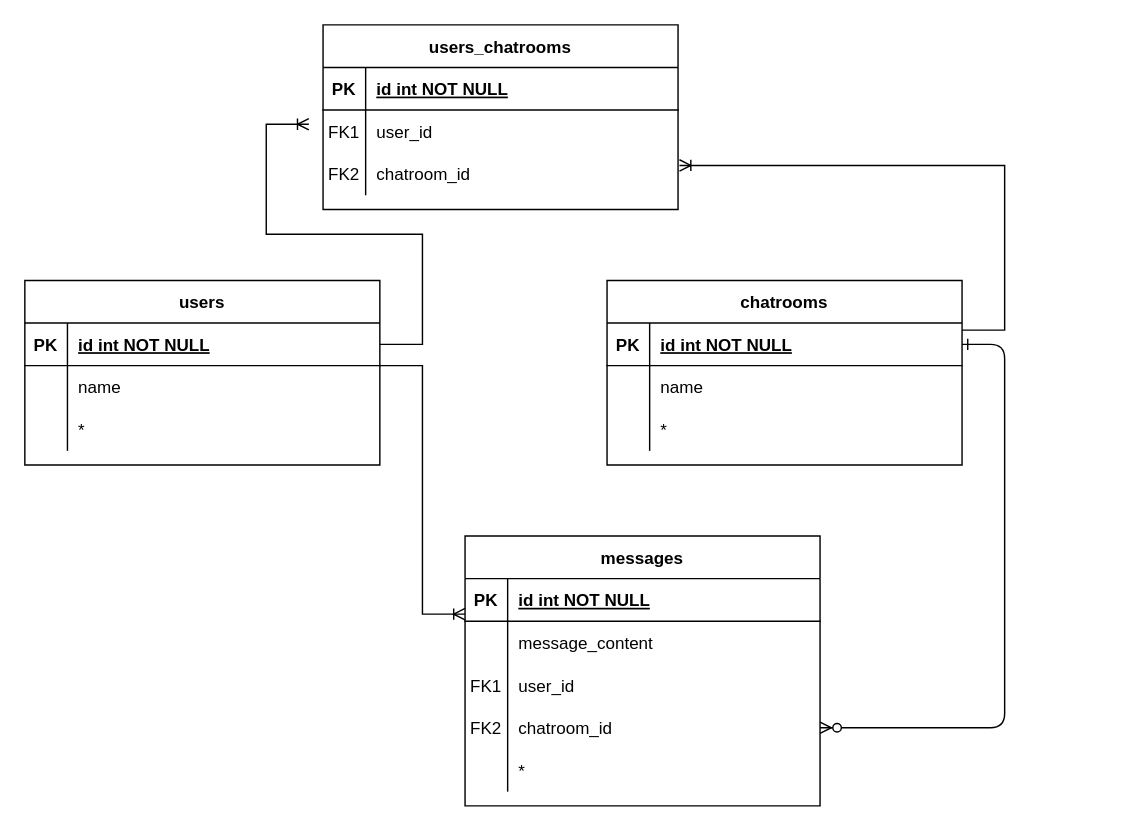
Above: ProjectERD.drawio in anniewils97/TheBrightNetwork (draw.io), before the change. Source tidied: cells renumbered, new cells numbered last; positions are measured from the earlier drawing's top-left corner, leaving out a move shared by most shapes. Both pictures are drawn from the tidied source at 142%, with x=0, y=0 at pixel (24, 24).
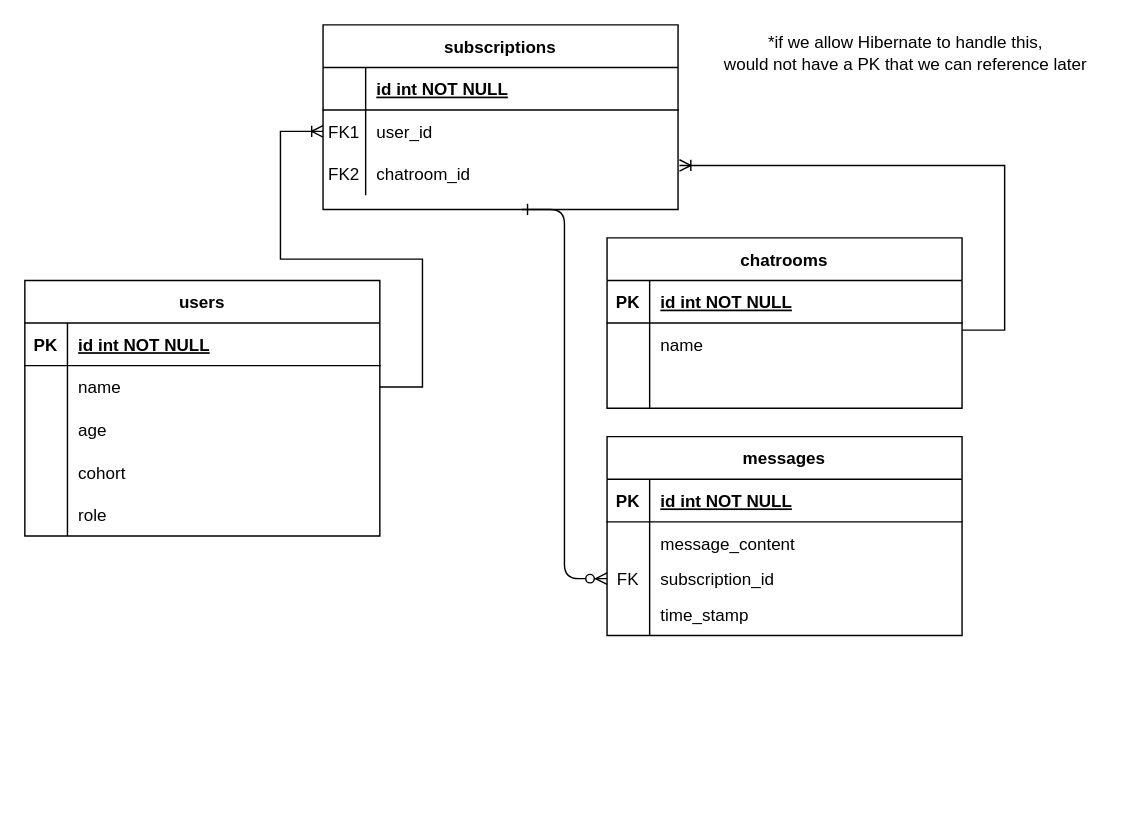
The same page after the edit.

Unchanged cells that the change refers to:
```xml
<mxCell id="4" style="shape=partialRectangle;fillColor=none;points=[[0,0.5],[1,0.5]];portConstraint=eastwest;top=0;left=0;right=0;bottom=1;" parent="3" vertex="1">
  <mxGeometry y="30" width="250" height="30" as="geometry" />
</mxCell>
<mxCell id="10" style="shape=partialRectangle;fillColor=none;top=0;left=0;right=0;bottom=0;" parent="3" vertex="1">
  <mxGeometry y="90" width="250" height="30" as="geometry" />
</mxCell>
<mxCell id="30" style="shape=partialRectangle;fillColor=none;points=[[0,0.5],[1,0.5]];portConstraint=eastwest;top=0;left=0;right=0;bottom=1;" parent="29" vertex="1">
  <mxGeometry y="30" width="250" height="30" as="geometry" />
</mxCell>
<mxCell id="33" style="shape=partialRectangle;fillColor=none;points=[[0,0.5],[1,0.5]];portConstraint=eastwest;top=0;left=0;right=0;bottom=0;" parent="29" vertex="1">
  <mxGeometry y="60" width="250" height="30" as="geometry" />
</mxCell>
<mxCell id="36" style="shape=partialRectangle;fillColor=none;top=0;left=0;right=0;bottom=0;" parent="29" vertex="1">
  <mxGeometry y="90" width="250" height="30" as="geometry" />
</mxCell>
<mxCell id="40" style="shape=partialRectangle;fillColor=none;top=0;left=0;right=0;bottom=1;" parent="39" vertex="1">
  <mxGeometry y="30" width="250" height="30" as="geometry" />
</mxCell>
```

Change to the diagram source:
```diff
@@
-    <mxCell id="2" style="edgeStyle=entityRelationEdgeStyle;endArrow=ERzeroToMany;startArrow=ERone;endFill=1;startFill=0;" parent="1" edge="1" source="4" target="23">
-      <mxGeometry relative="1" as="geometry" />
+    <mxCell id="2" style="edgeStyle=entityRelationEdgeStyle;endArrow=ERzeroToMany;startArrow=ERone;endFill=1;startFill=0;entryX=0;entryY=0.5;entryDx=0;entryDy=0;" parent="1" edge="1" target="20">
+      <mxGeometry relative="1" as="geometry">
+        <mxPoint x="350" y="130" as="sourcePoint" />
+        <Array as="points">
+          <mxPoint x="370" y="90" />
+          <mxPoint x="380" y="210" />
+          <mxPoint x="360" y="160" />
+          <mxPoint x="340" y="160" />
+          <mxPoint x="360" y="390" />
+          <mxPoint x="320" y="280" />
+          <mxPoint x="320" y="280" />
+        </Array>
+      </mxGeometry>
     </mxCell>
     <mxCell id="3" value="chatrooms" style="shape=table;startSize=30;childLayout=tableLayout;rowLines=0;fontStyle=1;align=center;" parent="1" vertex="1">
-      <mxGeometry x="410" y="180" width="250" height="130" as="geometry" />
+      <mxGeometry x="410" y="150" width="250" height="120" as="geometry" />
     </mxCell>
@@
-    <mxCell id="12" value="*" style="shape=partialRectangle;overflow=hidden;fillColor=none;top=0;left=0;bottom=0;right=0;align=left;spacingLeft=6;" parent="10" vertex="1">
+    <mxCell id="12" style="shape=partialRectangle;overflow=hidden;fillColor=none;top=0;left=0;bottom=0;right=0;align=left;spacingLeft=6;" parent="10" vertex="1">
       <mxGeometry x="30" width="220" height="30" as="geometry" />
     </mxCell>
     <mxCell id="13" value="messages" style="shape=table;startSize=30;childLayout=tableLayout;rowLines=0;fontStyle=1;align=center;" parent="1" vertex="1">
-      <mxGeometry x="310" y="360" width="250" height="190" as="geometry" />
+      <mxGeometry x="410" y="290" width="250" height="140" as="geometry" />
     </mxCell>
@@
     <mxCell id="20" style="shape=partialRectangle;fillColor=none;points=[[0,0.5],[1,0.5]];portConstraint=eastwest;top=0;left=0;right=0;bottom=0;" parent="13" vertex="1">
-      <mxGeometry y="90" width="250" height="30" as="geometry" />
+      <mxGeometry y="90" width="250" height="20" as="geometry" />
     </mxCell>
-    <mxCell id="21" value="FK1" style="shape=partialRectangle;overflow=hidden;fillColor=none;top=0;left=0;bottom=0;right=0;" parent="20" vertex="1">
-      <mxGeometry width="30" height="30" as="geometry" />
+    <mxCell id="21" value="FK" style="shape=partialRectangle;overflow=hidden;fillColor=none;top=0;left=0;bottom=0;right=0;" parent="20" vertex="1">
+      <mxGeometry width="30" height="20" as="geometry" />
     </mxCell>
-    <mxCell id="22" value="user_id" style="shape=partialRectangle;overflow=hidden;fillColor=none;top=0;left=0;bottom=0;right=0;align=left;spacingLeft=6;" parent="20" vertex="1">
-      <mxGeometry x="30" width="220" height="30" as="geometry" />
+    <mxCell id="22" value="subscription_id" style="shape=partialRectangle;overflow=hidden;fillColor=none;top=0;left=0;bottom=0;right=0;align=left;spacingLeft=6;" parent="20" vertex="1">
+      <mxGeometry x="30" width="220" height="20" as="geometry" />
     </mxCell>
     <mxCell id="23" style="shape=partialRectangle;fillColor=none;points=[[0,0.5],[1,0.5]];portConstraint=eastwest;top=0;left=0;right=0;bottom=0;" parent="13" vertex="1">
-      <mxGeometry y="120" width="250" height="30" as="geometry" />
+      <mxGeometry y="110" width="250" height="30" as="geometry" />
     </mxCell>
-    <mxCell id="24" value="FK2" style="shape=partialRectangle;overflow=hidden;fillColor=none;top=0;left=0;bottom=0;right=0;" parent="23" vertex="1">
+    <mxCell id="24" style="shape=partialRectangle;overflow=hidden;fillColor=none;top=0;left=0;bottom=0;right=0;" parent="23" vertex="1">
       <mxGeometry width="30" height="30" as="geometry" />
     </mxCell>
-    <mxCell id="25" value="chatroom_id" style="shape=partialRectangle;overflow=hidden;fillColor=none;top=0;left=0;bottom=0;right=0;align=left;spacingLeft=6;" parent="23" vertex="1">
+    <mxCell id="25" value="time_stamp" style="shape=partialRectangle;overflow=hidden;fillColor=none;top=0;left=0;bottom=0;right=0;align=left;spacingLeft=6;" parent="23" vertex="1">
       <mxGeometry x="30" width="220" height="30" as="geometry" />
     </mxCell>
-    <mxCell id="26" style="shape=partialRectangle;fillColor=none;top=0;left=0;right=0;bottom=0;" parent="13" vertex="1">
-      <mxGeometry y="150" width="250" height="30" as="geometry" />
-    </mxCell>
-    <mxCell id="27" style="shape=partialRectangle;overflow=hidden;fillColor=none;top=0;left=0;bottom=0;right=0;" parent="26" vertex="1">
-      <mxGeometry width="30" height="30" as="geometry" />
-    </mxCell>
-    <mxCell id="28" value="*" style="shape=partialRectangle;overflow=hidden;fillColor=none;top=0;left=0;bottom=0;right=0;align=left;spacingLeft=6;" parent="26" vertex="1">
-      <mxGeometry x="30" width="220" height="30" as="geometry" />
-    </mxCell>
     <mxCell id="29" value="users" style="shape=table;startSize=30;childLayout=tableLayout;rowLines=0;fontStyle=1;align=center;" parent="1" vertex="1">
-      <mxGeometry y="180" width="250" height="130" as="geometry" />
+      <mxGeometry y="180" width="250" height="180" as="geometry" />
     </mxCell>
@@
-    <mxCell id="38" value="*" style="shape=partialRectangle;overflow=hidden;fillColor=none;top=0;left=0;bottom=0;right=0;align=left;spacingLeft=6;" parent="36" vertex="1">
+    <mxCell id="38" value="age" style="shape=partialRectangle;overflow=hidden;fillColor=none;top=0;left=0;bottom=0;right=0;align=left;spacingLeft=6;" parent="36" vertex="1">
       <mxGeometry x="30" width="220" height="30" as="geometry" />
     </mxCell>
+    <mxCell id="52" style="shape=partialRectangle;fillColor=none;top=0;left=0;right=0;bottom=0;" parent="29" vertex="1">
+      <mxGeometry y="120" width="250" height="30" as="geometry" />
+    </mxCell>
+    <mxCell id="53" style="shape=partialRectangle;overflow=hidden;fillColor=none;top=0;left=0;bottom=0;right=0;" parent="52" vertex="1">
+      <mxGeometry width="30" height="30" as="geometry" />
+    </mxCell>
+    <mxCell id="54" value="cohort" style="shape=partialRectangle;overflow=hidden;fillColor=none;top=0;left=0;bottom=0;right=0;align=left;spacingLeft=6;" parent="52" vertex="1">
+      <mxGeometry x="30" width="220" height="30" as="geometry" />
+    </mxCell>
+    <mxCell id="26" style="shape=partialRectangle;fillColor=none;top=0;left=0;right=0;bottom=0;" parent="29" vertex="1">
+      <mxGeometry y="150" width="250" height="30" as="geometry" />
+    </mxCell>
+    <mxCell id="55" style="shape=partialRectangle;overflow=hidden;fillColor=none;top=0;left=0;bottom=0;right=0;" parent="26" vertex="1">
+      <mxGeometry width="30" height="30" as="geometry" />
+    </mxCell>
+    <mxCell id="56" value="role" style="shape=partialRectangle;overflow=hidden;fillColor=none;top=0;left=0;bottom=0;right=0;align=left;spacingLeft=6;" parent="26" vertex="1">
+      <mxGeometry x="30" width="220" height="30" as="geometry" />
+    </mxCell>
-    <mxCell id="39" value="users_chatrooms" style="shape=table;startSize=30;childLayout=tableLayout;rowLines=0;fontStyle=1;align=center;" parent="1" vertex="1">
+    <mxCell id="39" value="subscriptions" style="shape=table;startSize=30;childLayout=tableLayout;rowLines=0;fontStyle=1;align=center;" parent="1" vertex="1">
       <mxGeometry x="210" width="250" height="130" as="geometry" />
     </mxCell>
@@
-    <mxCell id="41" value="PK" style="shape=partialRectangle;overflow=hidden;fillColor=none;top=0;left=0;bottom=0;right=0;fontStyle=1;" parent="40" vertex="1">
+    <mxCell id="41" style="shape=partialRectangle;overflow=hidden;fillColor=none;top=0;left=0;bottom=0;right=0;fontStyle=1;" parent="40" vertex="1">
       <mxGeometry width="30" height="30" as="geometry" />
     </mxCell>
@@
-    <mxCell id="49" style="edgeStyle=entityRelationEdgeStyle;fontSize=12;html=1;endArrow=ERoneToMany;rounded=0;exitX=1;exitY=0.5;exitDx=0;exitDy=0;" parent="1" edge="1" source="30">
+    <mxCell id="49" style="edgeStyle=entityRelationEdgeStyle;fontSize=12;html=1;endArrow=ERoneToMany;rounded=0;exitX=1;exitY=0.5;exitDx=0;exitDy=0;" parent="1" edge="1" source="33">
       <mxGeometry relative="1" as="geometry">
-        <mxPoint x="200" y="70" as="targetPoint" />
+        <mxPoint x="210" y="75" as="targetPoint" />
         <Array as="points">
+          <mxPoint y="190" />
           <mxPoint x="120" y="130" />
+          <mxPoint x="-10" y="150" />
+          <mxPoint x="290" y="200" />
+          <mxPoint x="190" y="75" />
+          <mxPoint x="240" y="150" />
         </Array>
       </mxGeometry>
     </mxCell>
-    <mxCell id="50" style="edgeStyle=entityRelationEdgeStyle;fontSize=12;html=1;endArrow=ERoneToMany;rounded=0;entryX=0;entryY=0.5;entryDx=0;entryDy=0;" parent="1" edge="1">
-      <mxGeometry relative="1" as="geometry">
-        <mxPoint x="250" y="240" as="sourcePoint" />
-        <mxPoint x="310" y="415" as="targetPoint" />
-        <Array as="points">
-          <mxPoint x="300" y="415" />
-        </Array>
-      </mxGeometry>
-    </mxCell>
@@
+    <mxCell id="57" value="*if we allow Hibernate to handle this, &lt;br&gt;would not have a PK that we can reference later" style="text;html=1;align=center;verticalAlign=middle;strokeColor=none;fillColor=none;" parent="1" vertex="1">
+      <mxGeometry x="480" width="280" height="40" as="geometry" />
+    </mxCell>
```
